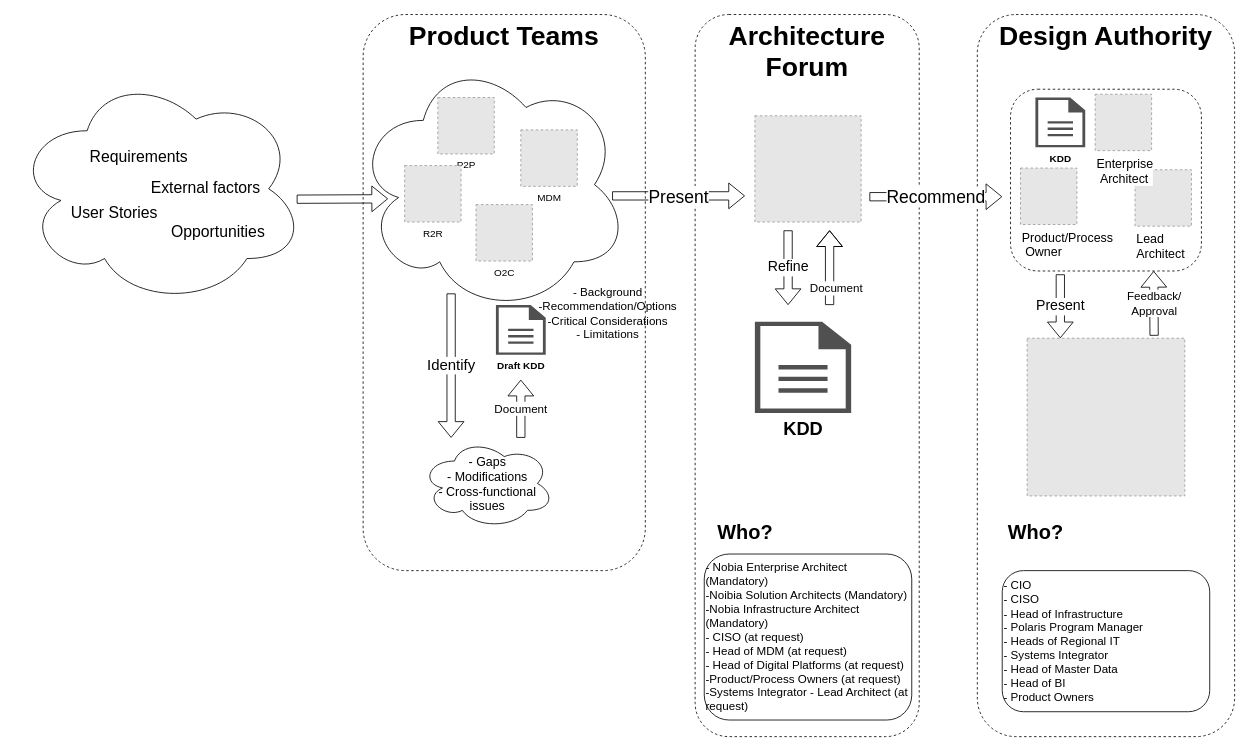
Earlier version of the draw.io diagram page "Page-1" (1 of 2) of Architecture Governance.drawio (mrf742002/Diagrams). Source tidied: cells renumbered, new cells numbered last; positions are measured from the earlier drawing's top-left corner, leaving out a move shared by most shapes. Both pictures are drawn from the tidied source at 83%, with x=0, y=0 at pixel (14, 14). Pictures stored in the file or linked from it are replaced by grey dashed boxes.
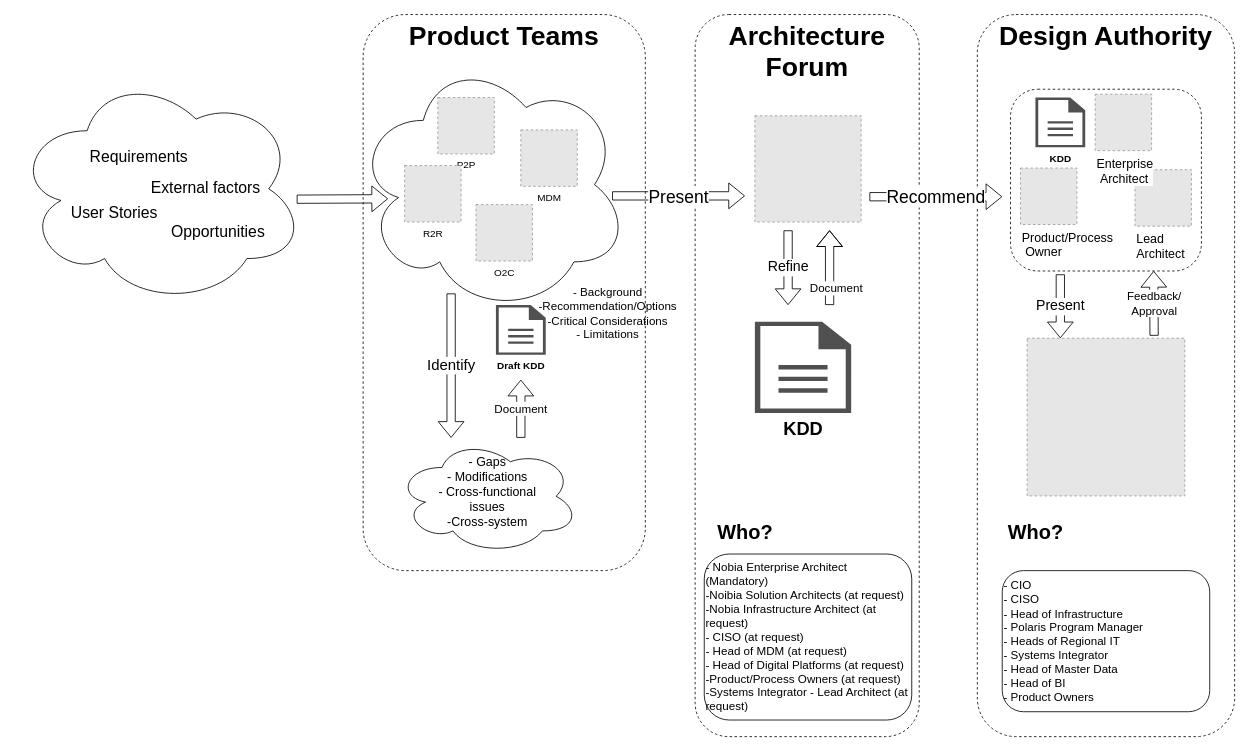
Above is the later version.

Diff of the diagram source:
```diff
@@
     <mxCell id="5" style="ellipse;shape=cloud;whiteSpace=wrap;html=1;" parent="1" vertex="1">
-      <mxGeometry x="490" y="511" width="160" height="108" as="geometry" />
+      <mxGeometry x="460" y="511" width="220" height="139" as="geometry" />
     </mxCell>
@@
-    <mxCell id="17" value="- Gaps&lt;br style=&quot;font-size: 15px;&quot;&gt;- Modifications&lt;br style=&quot;font-size: 15px;&quot;&gt;- Cross-functional issues&lt;br style=&quot;font-size: 15px;&quot;&gt;" style="text;html=1;strokeColor=none;fillColor=none;align=center;verticalAlign=middle;whiteSpace=wrap;rounded=0;fontSize=15;" parent="1" vertex="1">
-      <mxGeometry x="500" y="555" width="140" height="20" as="geometry" />
+    <mxCell id="17" value="- Gaps&lt;br style=&quot;font-size: 15px&quot;&gt;- Modifications&lt;br style=&quot;font-size: 15px&quot;&gt;- Cross-functional issues&lt;br&gt;-Cross-system" style="text;html=1;strokeColor=none;fillColor=none;align=center;verticalAlign=middle;whiteSpace=wrap;rounded=0;fontSize=15;" parent="1" vertex="1">
+      <mxGeometry x="490" y="557" width="160" height="35" as="geometry" />
     </mxCell>
@@
-    <mxCell id="36" value="- Nobia Enterprise Architect (Mandatory)&lt;br&gt;-Noibia Solution Architects (Mandatory)&lt;br&gt;-Nobia Infrastructure Architect (Mandatory)&lt;br&gt;- CISO (at request)&lt;br&gt;- Head of MDM (at request)&lt;br&gt;- Head of Digital Platforms (at request)&lt;br&gt;-Product/Process Owners (at request)&lt;br&gt;-Systems Integrator - Lead Architect (at request)" style="rounded=1;whiteSpace=wrap;html=1;fontSize=14;align=left;" parent="1" vertex="1">
+    <mxCell id="36" value="- Nobia Enterprise Architect (Mandatory)&lt;br&gt;-Noibia Solution Architects (at request)&lt;br&gt;-Nobia Infrastructure Architect (at request)&lt;br&gt;- CISO (at request)&lt;br&gt;- Head of MDM (at request)&lt;br&gt;- Head of Digital Platforms (at request)&lt;br&gt;-Product/Process Owners (at request)&lt;br&gt;-Systems Integrator - Lead Architect (at request)" style="rounded=1;whiteSpace=wrap;html=1;fontSize=14;align=left;" parent="1" vertex="1">
       <mxGeometry x="831" y="650" width="250" height="200" as="geometry" />
     </mxCell>
```
